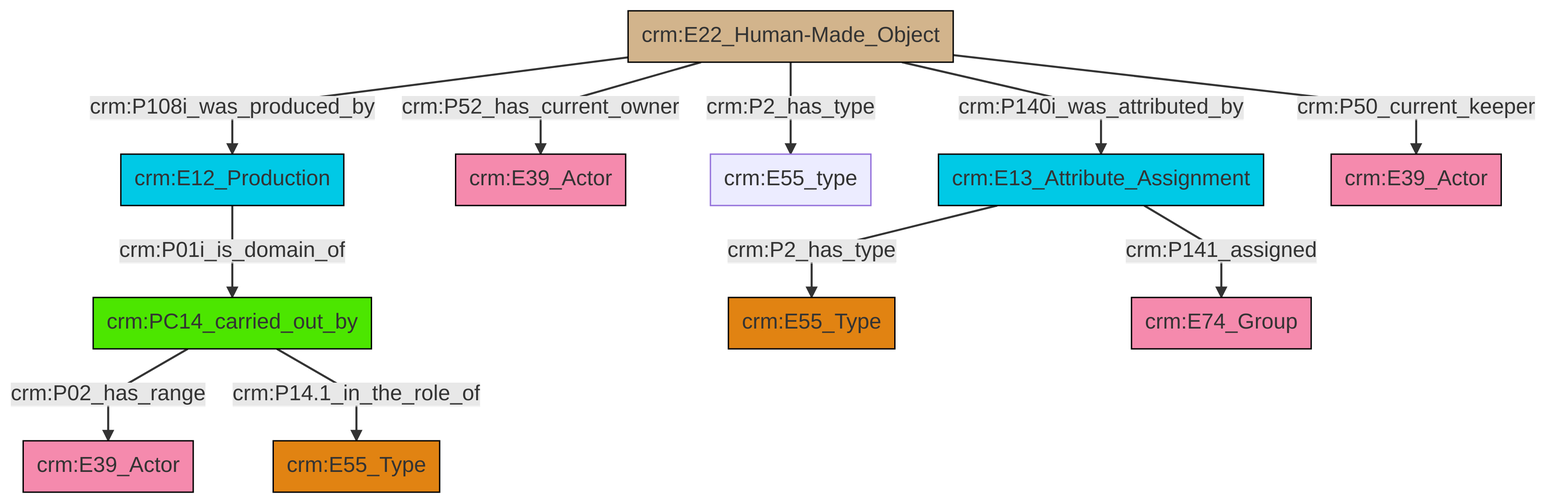
Above: et/artworkCSV/ttl/mmd/png/Artwork_Actor_Relations.png in swiss-art-research-net/docs.swissartresearch (Mermaid), before the change. Its source is kept beside it as et/artworkCSV/ttl/mmd/Artwork_Actor_Relations.ttl.mmd.
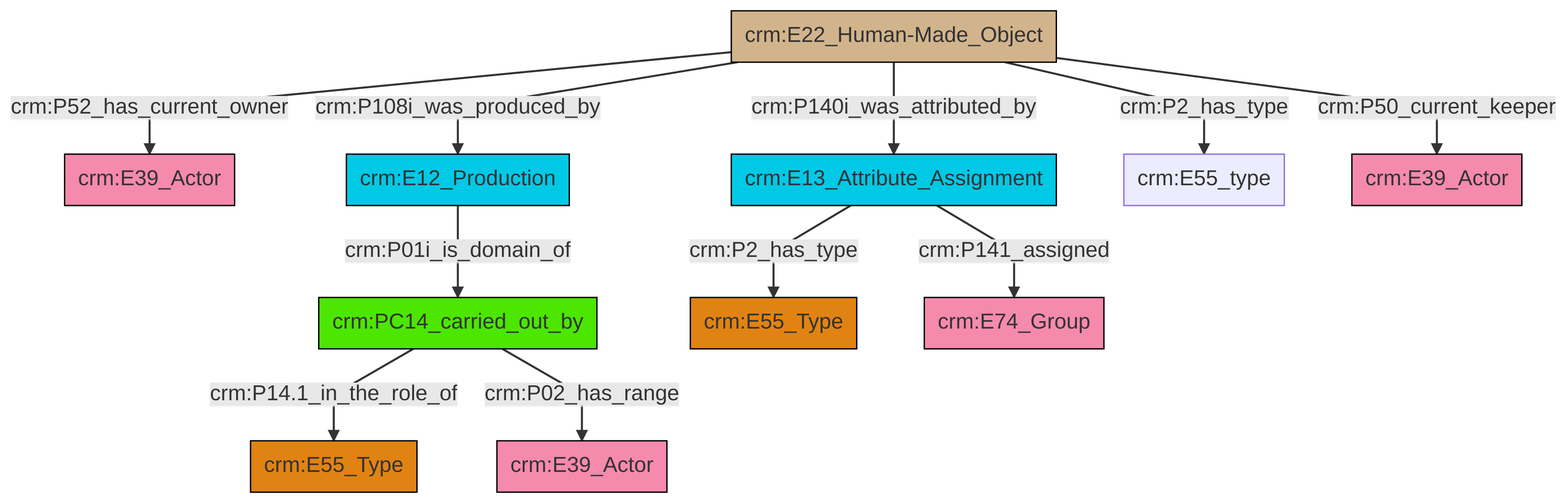
The same file after the commit.

Diff of the diagram source:
```diff
@@ -13,13 +13,13 @@
 classDef PC_Classes fill:#4ce600, stroke:#000000;
 classDef Multi fill:#cccccc,stroke:#000000;
 
-0["crm:PC14_carried_out_by"]:::PC_Classes -->|crm:P02_has_range| 1["crm:E39_Actor"]:::Actor
-2["crm:E13_Attribute_Assignment"]:::Temporal_Entity -->|crm:P2_has_type| 3["crm:E55_Type"]:::Type
-2["crm:E13_Attribute_Assignment"]:::Temporal_Entity -->|crm:P141_assigned| 8["crm:E74_Group"]:::Actor
-9["crm:E12_Production"]:::Temporal_Entity -->|crm:P01i_is_domain_of| 0["crm:PC14_carried_out_by"]:::PC_Classes
-11["crm:E22_Human-Made_Object"]:::Physical_Thing -->|crm:P140i_was_attributed_by| 2["crm:E13_Attribute_Assignment"]:::Temporal_Entity
-11["crm:E22_Human-Made_Object"]:::Physical_Thing -->|crm:P50_current_keeper| 12["crm:E39_Actor"]:::Actor
-11["crm:E22_Human-Made_Object"]:::Physical_Thing -->|crm:P108i_was_produced_by| 9["crm:E12_Production"]:::Temporal_Entity
-11["crm:E22_Human-Made_Object"]:::Physical_Thing -->|crm:P2_has_type| 6["crm:E55_type"]:::Default
-11["crm:E22_Human-Made_Object"]:::Physical_Thing -->|crm:P52_has_current_owner| 4["crm:E39_Actor"]:::Actor
-0["crm:PC14_carried_out_by"]:::PC_Classes -->|crm:P14.1_in_the_role_of| 18["crm:E55_Type"]:::Type
+0["crm:PC14_carried_out_by"]:::PC_Classes -->|crm:P14.1_in_the_role_of| 1["crm:E55_Type"]:::Type
+2["crm:E22_Human-Made_Object"]:::Physical_Thing -->|crm:P52_has_current_owner| 3["crm:E39_Actor"]:::Actor
+0["crm:PC14_carried_out_by"]:::PC_Classes -->|crm:P02_has_range| 4["crm:E39_Actor"]:::Actor
+2["crm:E22_Human-Made_Object"]:::Physical_Thing -->|crm:P108i_was_produced_by| 5["crm:E12_Production"]:::Temporal_Entity
+2["crm:E22_Human-Made_Object"]:::Physical_Thing -->|crm:P140i_was_attributed_by| 9["crm:E13_Attribute_Assignment"]:::Temporal_Entity
+2["crm:E22_Human-Made_Object"]:::Physical_Thing -->|crm:P2_has_type| 15["crm:E55_type"]:::Default
+5["crm:E12_Production"]:::Temporal_Entity -->|crm:P01i_is_domain_of| 0["crm:PC14_carried_out_by"]:::PC_Classes
+2["crm:E22_Human-Made_Object"]:::Physical_Thing -->|crm:P50_current_keeper| 17["crm:E39_Actor"]:::Actor
+9["crm:E13_Attribute_Assignment"]:::Temporal_Entity -->|crm:P2_has_type| 7["crm:E55_Type"]:::Type
+9["crm:E13_Attribute_Assignment"]:::Temporal_Entity -->|crm:P141_assigned| 19["crm:E74_Group"]:::Actor
```
